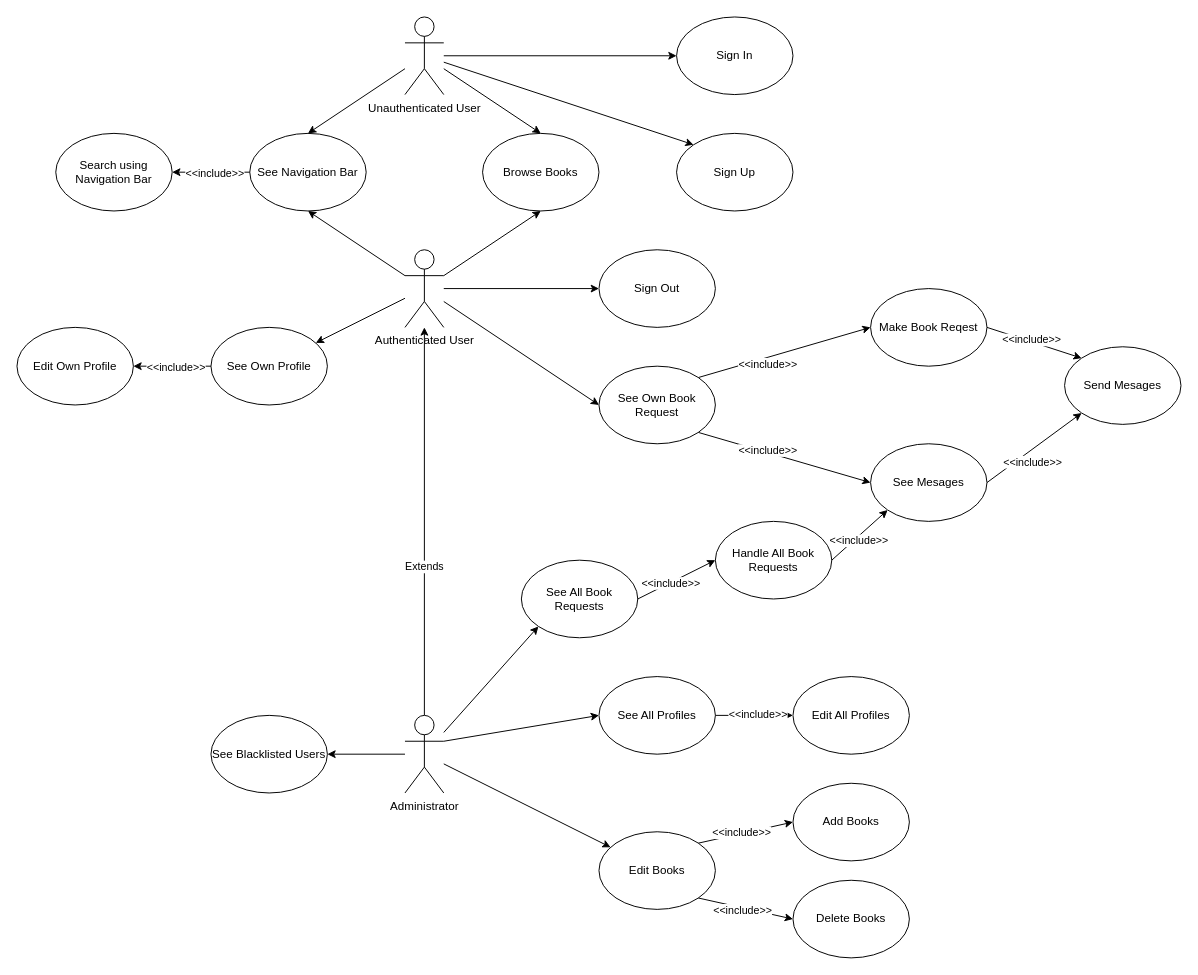
Above: Docs/UseCaseDiagram.drawio in Andrei-Marcu/P4-T11-ChiurtuMarcuMinculeasa (draw.io), before the change. Source tidied: cells renumbered, new cells numbered last; positions are measured from the earlier drawing's top-left corner, leaving out a move shared by most shapes. Both pictures are drawn from the tidied source at 97%, with x=0, y=0 at pixel (16, 16).
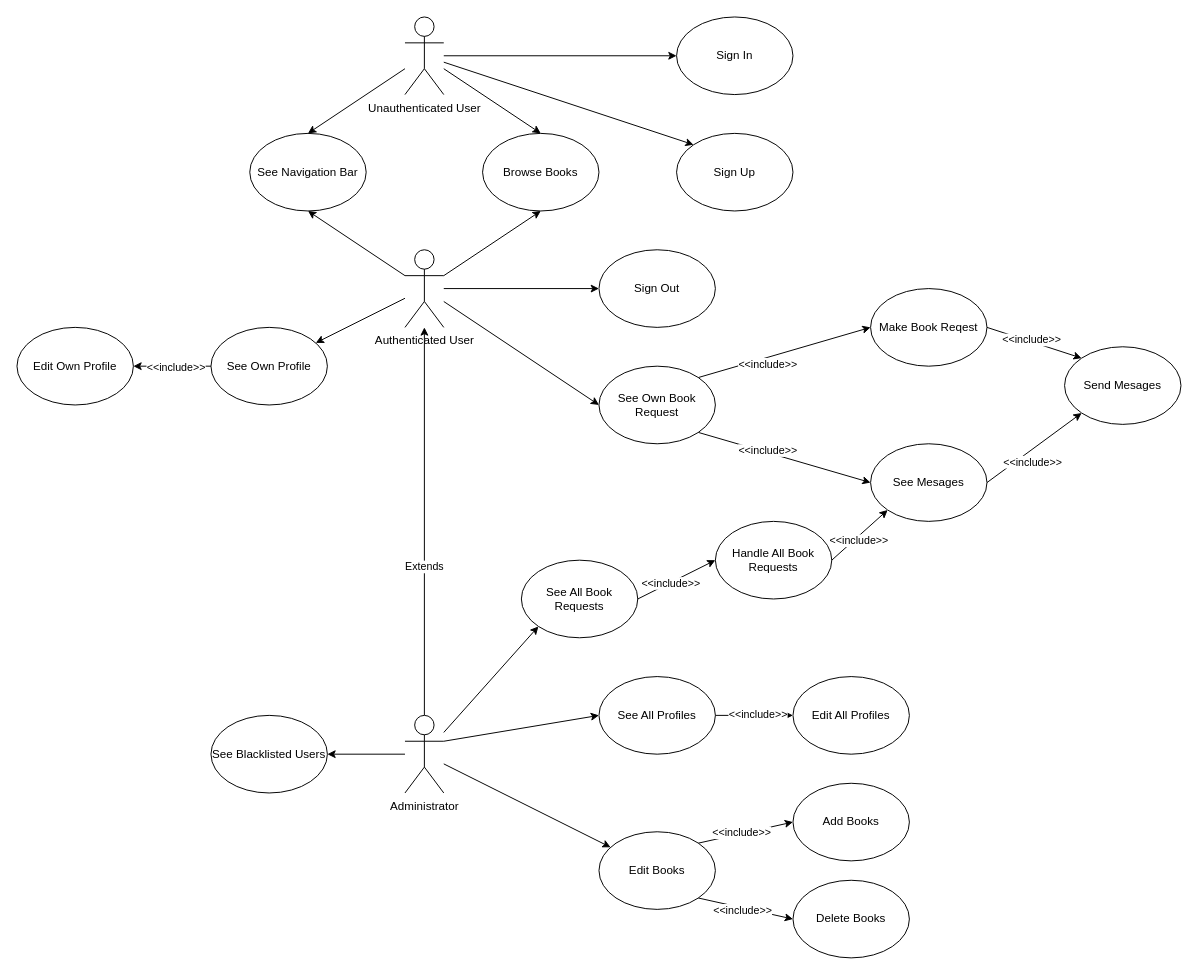
The same diagram, later.

The change refers to these unchanged cells:
```xml
<mxCell id="31" value="See Navigation Bar" style="ellipse;whiteSpace=wrap;html=1;verticalAlign=middle;" parent="1" vertex="1">
  <mxGeometry x="240" y="120" width="120" height="80" as="geometry" />
</mxCell>
```

Diff of the diagram source:
```diff
@@
-    <mxCell id="33" value="Search using Navigation Bar" style="ellipse;whiteSpace=wrap;html=1;verticalAlign=middle;" parent="1" vertex="1">
-      <mxGeometry x="40" y="120" width="120" height="80" as="geometry" />
-    </mxCell>
@@
-    <mxCell id="38" style="endArrow=classic;html=1;exitX=0;exitY=0.5;exitDx=0;exitDy=0;entryX=1;entryY=0.5;entryDx=0;entryDy=0;" parent="1" edge="1" source="31" target="33">
-      <mxGeometry relative="1" as="geometry" />
-    </mxCell>
-    <mxCell id="39" value="&amp;lt;&amp;lt;include&amp;gt;&amp;gt;" style="edgeLabel;html=1;align=center;verticalAlign=middle;" parent="38" vertex="1">
-      <mxGeometry x="-0.36" y="-1" relative="1" as="geometry">
-        <mxPoint x="-11" y="1" as="offset" />
-      </mxGeometry>
-    </mxCell>
```
